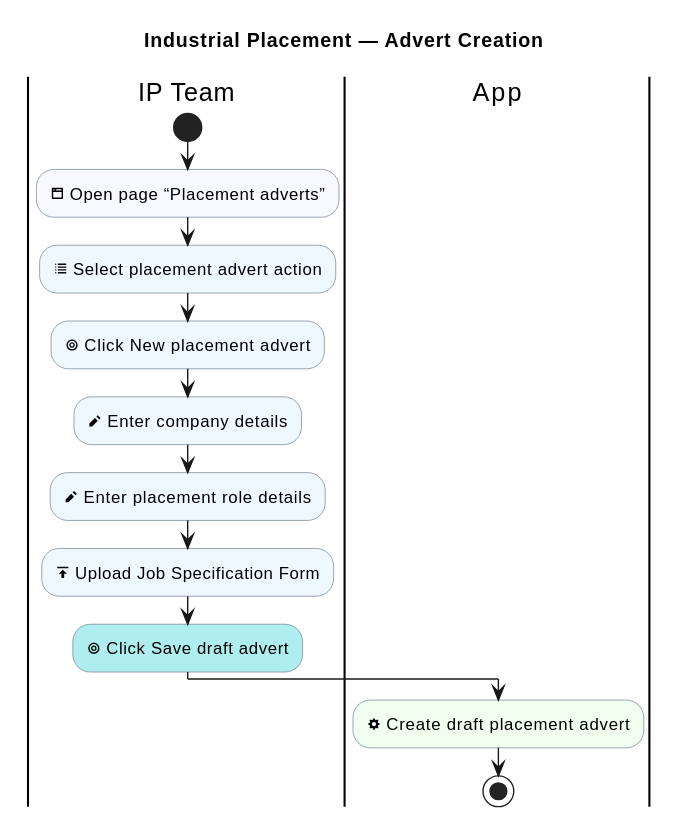
Above: industrial-placement-group-project/diagrams/industrial-placement/advert-creation.svg in sdflkjssl/sdflkjssl.github.io (PlantUML), before the change.
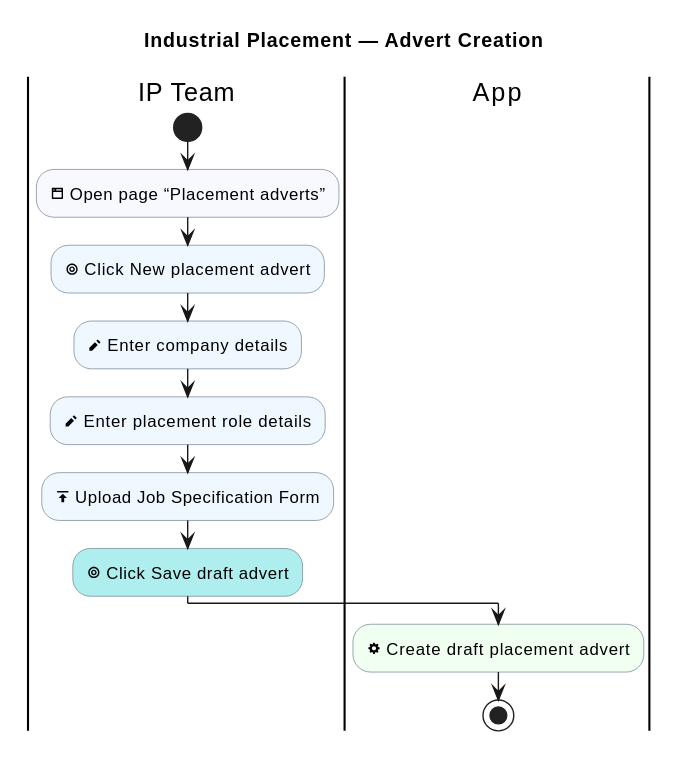
The same diagram one commit later.

What changed in the source:
```diff
@@ -13,7 +13,6 @@
 |IP Team|
 start
 :<&browser> Open page “Placement adverts”; <<#GhostWhite>>
-:<&list> Select placement advert action; <<#AliceBlue>>
 :<&target> Click New placement advert; <<#AliceBlue>>
 :<&pencil> Enter company details; <<#AliceBlue>>
 :<&pencil> Enter placement role details; <<#AliceBlue>>
```
